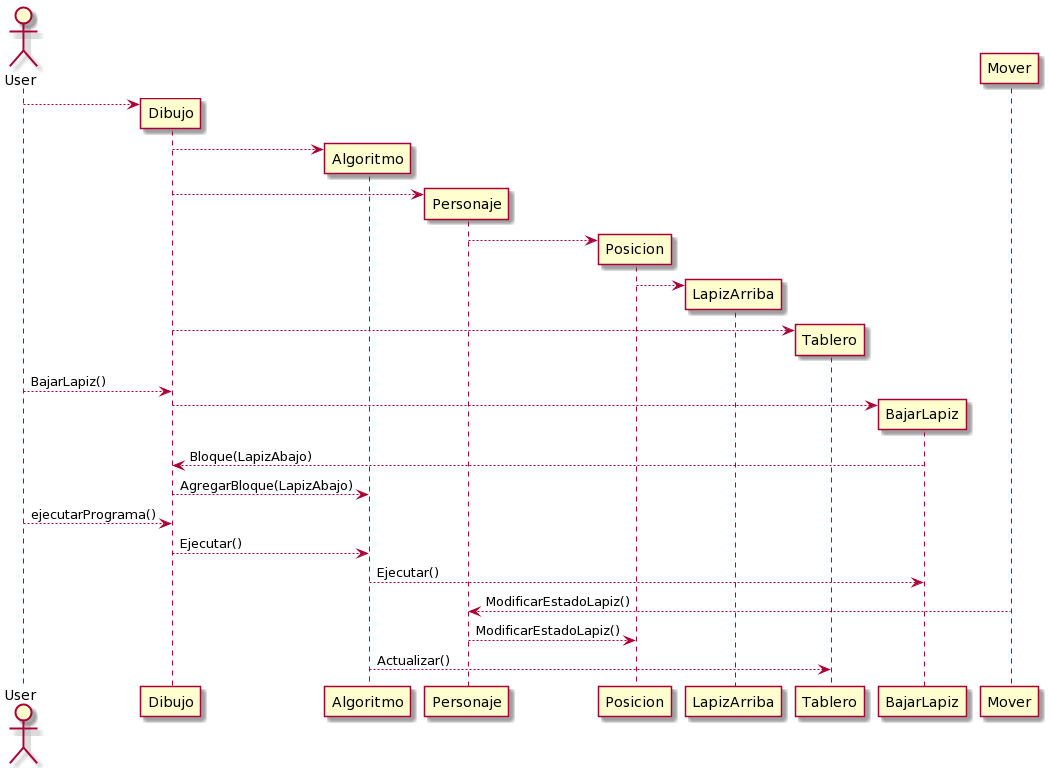
Before: Diagramas/Diagrama de Secuencia 4.png, a diagram exported from PlantUML (lucasbilo/TP2_T12_ALGO3).
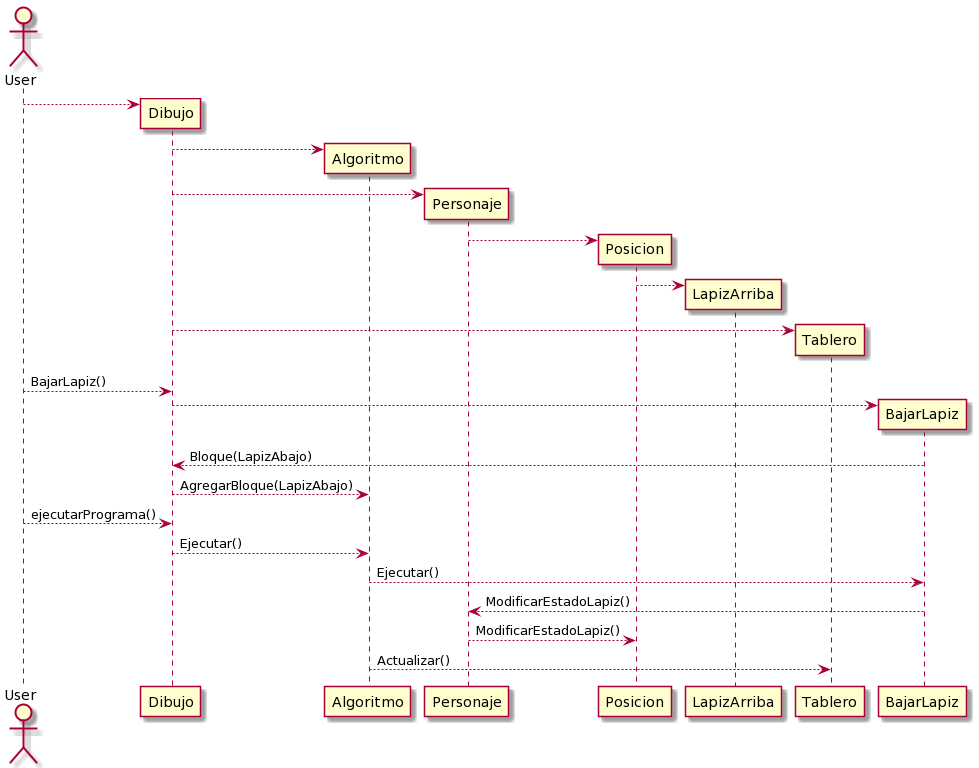
Later version of the same file.

The edit, as a diff of the source:
```diff
@@ -17,7 +17,7 @@
 Dibujo --> Algoritmo:Ejecutar()
 
 Algoritmo --> BajarLapiz:Ejecutar()
-Mover -->Personaje:ModificarEstadoLapiz()
+BajarLapiz -->Personaje:ModificarEstadoLapiz()
 Personaje -->Posicion:ModificarEstadoLapiz()
 Algoritmo --> Tablero:Actualizar()
 @enduml
```
